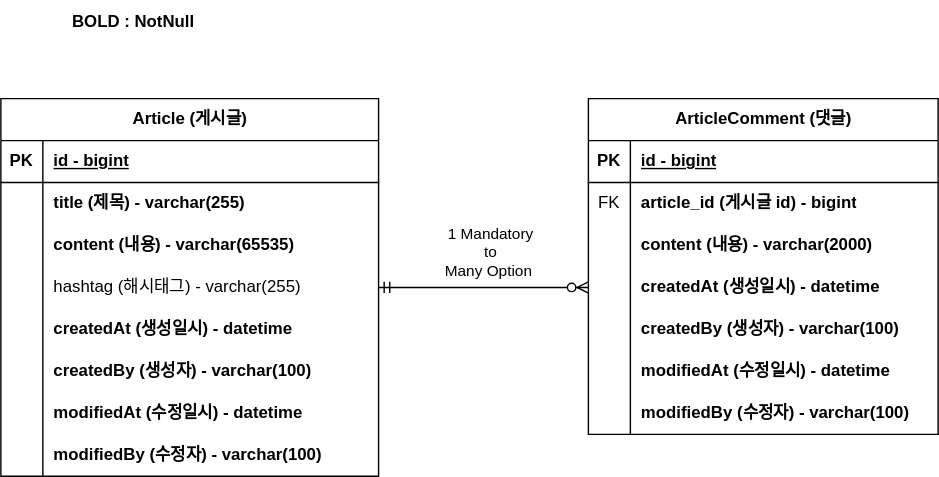
Before: document/project-board_ERD.drawio.svg, a diagram exported from draw.io (mykim8710/project-board). Source tidied: cells renumbered, new cells last; positions are measured from the earlier drawing's top-left corner, leaving out a move shared by most shapes.
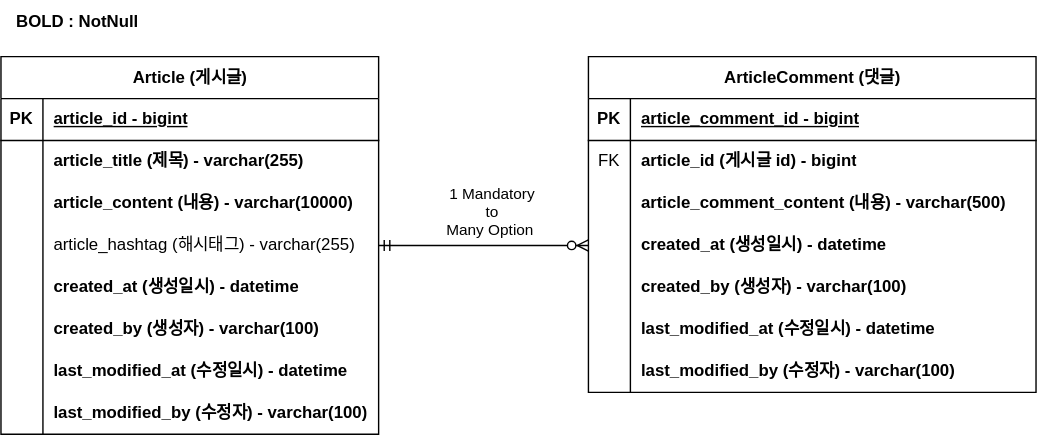
The same file after the commit.

Commit message:
MAIN - erd다이어그램 수정사항 이미지

What changed in the source:
```diff
@@ -11,7 +11,7 @@
     <mxCell id="4" value="PK" style="shape=partialRectangle;fillColor=none;top=0;left=0;bottom=0;right=0;fontStyle=1;overflow=hidden;whiteSpace=wrap;html=1;" parent="3" vertex="1">
       <mxGeometry width="30" height="30" as="geometry" />
     </mxCell>
-    <mxCell id="5" value="id - bigint" style="shape=partialRectangle;fillColor=none;top=0;left=0;bottom=0;right=0;align=left;spacingLeft=6;fontStyle=5;overflow=hidden;whiteSpace=wrap;html=1;" parent="3" vertex="1">
+    <mxCell id="5" value="article_id - bigint" style="shape=partialRectangle;fillColor=none;top=0;left=0;bottom=0;right=0;align=left;spacingLeft=6;fontStyle=5;overflow=hidden;whiteSpace=wrap;html=1;" parent="3" vertex="1">
       <mxGeometry x="30" width="240" height="30" as="geometry" />
     </mxCell>
     <mxCell id="6" style="shape=tableRow;horizontal=0;startSize=0;swimlaneHead=0;swimlaneBody=0;fillColor=none;top=0;left=0;right=0;bottom=0;" parent="2" vertex="1">
@@ -20,7 +20,7 @@
     <mxCell id="7" style="shape=partialRectangle;fillColor=none;top=0;left=0;bottom=0;right=0;overflow=hidden;whiteSpace=wrap;html=1;" parent="6" vertex="1">
       <mxGeometry width="30" height="30" as="geometry" />
     </mxCell>
-    <mxCell id="8" value="title (제목) - varchar(255)" style="shape=partialRectangle;fillColor=none;top=0;left=0;bottom=0;right=0;align=left;spacingLeft=6;overflow=hidden;whiteSpace=wrap;html=1;fontStyle=1;" parent="6" vertex="1">
+    <mxCell id="8" value="article_title (제목) - varchar(255)" style="shape=partialRectangle;fillColor=none;top=0;left=0;bottom=0;right=0;align=left;spacingLeft=6;overflow=hidden;whiteSpace=wrap;html=1;fontStyle=1;" parent="6" vertex="1">
       <mxGeometry x="30" width="240" height="30" as="geometry" />
     </mxCell>
     <mxCell id="9" style="shape=tableRow;horizontal=0;startSize=0;swimlaneHead=0;swimlaneBody=0;fillColor=none;top=0;left=0;right=0;bottom=0;" parent="2" vertex="1">
@@ -29,7 +29,7 @@
     <mxCell id="10" style="shape=partialRectangle;fillColor=none;top=0;left=0;bottom=0;right=0;overflow=hidden;whiteSpace=wrap;html=1;" parent="9" vertex="1">
       <mxGeometry width="30" height="30" as="geometry" />
     </mxCell>
-    <mxCell id="11" value="content (내용)&amp;nbsp;- varchar(65535)" style="shape=partialRectangle;fillColor=none;top=0;left=0;bottom=0;right=0;align=left;spacingLeft=6;overflow=hidden;whiteSpace=wrap;html=1;fontStyle=1;" parent="9" vertex="1">
+    <mxCell id="11" value="article_content (내용)&amp;nbsp;- varchar(10000)" style="shape=partialRectangle;fillColor=none;top=0;left=0;bottom=0;right=0;align=left;spacingLeft=6;overflow=hidden;whiteSpace=wrap;html=1;fontStyle=1;" parent="9" vertex="1">
       <mxGeometry x="30" width="240" height="30" as="geometry" />
     </mxCell>
     <mxCell id="12" style="shape=tableRow;horizontal=0;startSize=0;swimlaneHead=0;swimlaneBody=0;fillColor=none;points=[[0,0.5],[1,0.5]];portConstraint=eastwest;top=0;left=0;right=0;bottom=0;" parent="2" vertex="1">
@@ -38,7 +38,7 @@
     <mxCell id="13" style="shape=partialRectangle;fillColor=none;top=0;left=0;bottom=0;right=0;overflow=hidden;whiteSpace=wrap;html=1;" parent="12" vertex="1">
       <mxGeometry width="30" height="30" as="geometry" />
     </mxCell>
-    <mxCell id="14" value="hashtag (해시태그) - varchar(255)" style="shape=partialRectangle;fillColor=none;top=0;left=0;bottom=0;right=0;align=left;spacingLeft=6;overflow=hidden;whiteSpace=wrap;html=1;" parent="12" vertex="1">
+    <mxCell id="14" value="article_hashtag (해시태그) - varchar(255)" style="shape=partialRectangle;fillColor=none;top=0;left=0;bottom=0;right=0;align=left;spacingLeft=6;overflow=hidden;whiteSpace=wrap;html=1;" parent="12" vertex="1">
       <mxGeometry x="30" width="240" height="30" as="geometry" />
     </mxCell>
     <mxCell id="15" style="shape=tableRow;horizontal=0;startSize=0;swimlaneHead=0;swimlaneBody=0;fillColor=none;top=0;left=0;right=0;bottom=0;" parent="2" vertex="1">
@@ -47,7 +47,7 @@
     <mxCell id="16" style="shape=partialRectangle;fillColor=none;top=0;left=0;bottom=0;right=0;overflow=hidden;whiteSpace=wrap;html=1;" parent="15" vertex="1">
       <mxGeometry width="30" height="30" as="geometry" />
     </mxCell>
-    <mxCell id="17" value="createdAt (생성일시) - datetime" style="shape=partialRectangle;fillColor=none;top=0;left=0;bottom=0;right=0;align=left;spacingLeft=6;overflow=hidden;whiteSpace=wrap;html=1;fontStyle=1;" parent="15" vertex="1">
+    <mxCell id="17" value="created_at (생성일시) - datetime" style="shape=partialRectangle;fillColor=none;top=0;left=0;bottom=0;right=0;align=left;spacingLeft=6;overflow=hidden;whiteSpace=wrap;html=1;fontStyle=1;" parent="15" vertex="1">
       <mxGeometry x="30" width="240" height="30" as="geometry" />
     </mxCell>
     <mxCell id="18" style="shape=tableRow;horizontal=0;startSize=0;swimlaneHead=0;swimlaneBody=0;fillColor=none;top=0;left=0;right=0;bottom=0;" parent="2" vertex="1">
@@ -56,7 +56,7 @@
     <mxCell id="19" style="shape=partialRectangle;fillColor=none;top=0;left=0;bottom=0;right=0;overflow=hidden;whiteSpace=wrap;html=1;" parent="18" vertex="1">
       <mxGeometry width="30" height="30" as="geometry" />
     </mxCell>
-    <mxCell id="20" value="createdBy (생성자)&amp;nbsp;- varchar(100)" style="shape=partialRectangle;fillColor=none;top=0;left=0;bottom=0;right=0;align=left;spacingLeft=6;overflow=hidden;whiteSpace=wrap;html=1;fontStyle=1;" parent="18" vertex="1">
+    <mxCell id="20" value="created_by (생성자)&amp;nbsp;- varchar(100)" style="shape=partialRectangle;fillColor=none;top=0;left=0;bottom=0;right=0;align=left;spacingLeft=6;overflow=hidden;whiteSpace=wrap;html=1;fontStyle=1;" parent="18" vertex="1">
       <mxGeometry x="30" width="240" height="30" as="geometry" />
     </mxCell>
     <mxCell id="21" style="shape=tableRow;horizontal=0;startSize=0;swimlaneHead=0;swimlaneBody=0;fillColor=none;top=0;left=0;right=0;bottom=0;" parent="2" vertex="1">
@@ -65,7 +65,7 @@
     <mxCell id="22" style="shape=partialRectangle;fillColor=none;top=0;left=0;bottom=0;right=0;overflow=hidden;whiteSpace=wrap;html=1;" parent="21" vertex="1">
       <mxGeometry width="30" height="30" as="geometry" />
     </mxCell>
-    <mxCell id="23" value="modifiedAt (수정일시)&amp;nbsp;- datetime" style="shape=partialRectangle;fillColor=none;top=0;left=0;bottom=0;right=0;align=left;spacingLeft=6;overflow=hidden;whiteSpace=wrap;html=1;fontStyle=1;" parent="21" vertex="1">
+    <mxCell id="23" value="last_modified_at (수정일시)&amp;nbsp;- datetime" style="shape=partialRectangle;fillColor=none;top=0;left=0;bottom=0;right=0;align=left;spacingLeft=6;overflow=hidden;whiteSpace=wrap;html=1;fontStyle=1;" parent="21" vertex="1">
       <mxGeometry x="30" width="240" height="30" as="geometry" />
     </mxCell>
     <mxCell id="24" style="shape=tableRow;horizontal=0;startSize=0;swimlaneHead=0;swimlaneBody=0;fillColor=none;top=0;left=0;right=0;bottom=0;" parent="2" vertex="1">
@@ -74,74 +74,74 @@
     <mxCell id="25" style="shape=partialRectangle;fillColor=none;top=0;left=0;bottom=0;right=0;overflow=hidden;whiteSpace=wrap;html=1;" parent="24" vertex="1">
       <mxGeometry width="30" height="30" as="geometry" />
     </mxCell>
-    <mxCell id="26" value="modifiedBy (수정자)&amp;nbsp;- varchar(100)" style="shape=partialRectangle;fillColor=none;top=0;left=0;bottom=0;right=0;align=left;spacingLeft=6;overflow=hidden;whiteSpace=wrap;html=1;fontStyle=1;" parent="24" vertex="1">
+    <mxCell id="26" value="last_modified_by (수정자)&amp;nbsp;- varchar(100)" style="shape=partialRectangle;fillColor=none;top=0;left=0;bottom=0;right=0;align=left;spacingLeft=6;overflow=hidden;whiteSpace=wrap;html=1;fontStyle=1;" parent="24" vertex="1">
       <mxGeometry x="30" width="240" height="30" as="geometry" />
     </mxCell>
     <mxCell id="27" value="ArticleComment (댓글)" style="shape=table;startSize=30;rowLines=0;fontStyle=1;align=center;html=1;" parent="1" vertex="1">
-      <mxGeometry x="420" y="70" width="250" height="240" as="geometry" />
+      <mxGeometry x="420" y="70" width="320" height="240" as="geometry" />
     </mxCell>
     <mxCell id="28" style="shape=tableRow;horizontal=0;startSize=0;swimlaneHead=0;swimlaneBody=0;fillColor=none;top=0;left=0;right=0;bottom=1;" parent="27" vertex="1">
-      <mxGeometry y="30" width="250" height="30" as="geometry" />
+      <mxGeometry y="30" width="320" height="30" as="geometry" />
     </mxCell>
     <mxCell id="29" value="PK" style="shape=partialRectangle;fillColor=none;top=0;left=0;bottom=0;right=0;fontStyle=1;overflow=hidden;whiteSpace=wrap;html=1;" parent="28" vertex="1">
       <mxGeometry width="30" height="30" as="geometry" />
     </mxCell>
-    <mxCell id="30" value="id&amp;nbsp;- bigint" style="shape=partialRectangle;fillColor=none;top=0;left=0;bottom=0;right=0;align=left;spacingLeft=6;fontStyle=5;overflow=hidden;whiteSpace=wrap;html=1;" parent="28" vertex="1">
-      <mxGeometry x="30" width="220" height="30" as="geometry" />
+    <mxCell id="30" value="article_comment_id&amp;nbsp;- bigint" style="shape=partialRectangle;fillColor=none;top=0;left=0;bottom=0;right=0;align=left;spacingLeft=6;fontStyle=5;overflow=hidden;whiteSpace=wrap;html=1;" parent="28" vertex="1">
+      <mxGeometry x="30" width="290" height="30" as="geometry" />
     </mxCell>
     <mxCell id="31" style="shape=tableRow;horizontal=0;startSize=0;swimlaneHead=0;swimlaneBody=0;fillColor=none;top=0;left=0;right=0;bottom=0;" parent="27" vertex="1">
-      <mxGeometry y="60" width="250" height="30" as="geometry" />
+      <mxGeometry y="60" width="320" height="30" as="geometry" />
     </mxCell>
     <mxCell id="32" value="FK" style="shape=partialRectangle;fillColor=none;top=0;left=0;bottom=0;right=0;overflow=hidden;whiteSpace=wrap;html=1;" parent="31" vertex="1">
       <mxGeometry width="30" height="30" as="geometry" />
     </mxCell>
     <mxCell id="33" value="article_id (게시글 id)&amp;nbsp;- bigint" style="shape=partialRectangle;fillColor=none;top=0;left=0;bottom=0;right=0;align=left;spacingLeft=6;overflow=hidden;whiteSpace=wrap;html=1;fontStyle=1;" parent="31" vertex="1">
-      <mxGeometry x="30" width="220" height="30" as="geometry" />
+      <mxGeometry x="30" width="290" height="30" as="geometry" />
     </mxCell>
     <mxCell id="34" style="shape=tableRow;horizontal=0;startSize=0;swimlaneHead=0;swimlaneBody=0;fillColor=none;top=0;left=0;right=0;bottom=0;" parent="27" vertex="1">
-      <mxGeometry y="90" width="250" height="30" as="geometry" />
+      <mxGeometry y="90" width="320" height="30" as="geometry" />
     </mxCell>
     <mxCell id="35" style="shape=partialRectangle;fillColor=none;top=0;left=0;bottom=0;right=0;overflow=hidden;whiteSpace=wrap;html=1;" parent="34" vertex="1">
       <mxGeometry width="30" height="30" as="geometry" />
     </mxCell>
-    <mxCell id="36" value="content (내용)&amp;nbsp;- varchar(2000)" style="shape=partialRectangle;fillColor=none;top=0;left=0;bottom=0;right=0;align=left;spacingLeft=6;overflow=hidden;whiteSpace=wrap;html=1;fontStyle=1;" parent="34" vertex="1">
-      <mxGeometry x="30" width="220" height="30" as="geometry" />
+    <mxCell id="36" value="article_comment_content (내용)&amp;nbsp;- varchar(500)" style="shape=partialRectangle;fillColor=none;top=0;left=0;bottom=0;right=0;align=left;spacingLeft=6;overflow=hidden;whiteSpace=wrap;html=1;fontStyle=1;" parent="34" vertex="1">
+      <mxGeometry x="30" width="290" height="30" as="geometry" />
     </mxCell>
     <mxCell id="37" style="shape=tableRow;horizontal=0;startSize=0;swimlaneHead=0;swimlaneBody=0;fillColor=none;points=[[0,0.5],[1,0.5]];portConstraint=eastwest;top=0;left=0;right=0;bottom=0;" parent="27" vertex="1">
-      <mxGeometry y="120" width="250" height="30" as="geometry" />
+      <mxGeometry y="120" width="320" height="30" as="geometry" />
     </mxCell>
     <mxCell id="38" style="shape=partialRectangle;fillColor=none;top=0;left=0;bottom=0;right=0;overflow=hidden;whiteSpace=wrap;html=1;" parent="37" vertex="1">
       <mxGeometry width="30" height="30" as="geometry" />
     </mxCell>
-    <mxCell id="39" value="createdAt (생성일시)&amp;nbsp;- datetime" style="shape=partialRectangle;fillColor=none;top=0;left=0;bottom=0;right=0;align=left;spacingLeft=6;overflow=hidden;whiteSpace=wrap;html=1;fontStyle=1;" parent="37" vertex="1">
-      <mxGeometry x="30" width="220" height="30" as="geometry" />
+    <mxCell id="39" value="created_at (생성일시)&amp;nbsp;- datetime" style="shape=partialRectangle;fillColor=none;top=0;left=0;bottom=0;right=0;align=left;spacingLeft=6;overflow=hidden;whiteSpace=wrap;html=1;fontStyle=1;" parent="37" vertex="1">
+      <mxGeometry x="30" width="290" height="30" as="geometry" />
     </mxCell>
     <mxCell id="40" style="shape=tableRow;horizontal=0;startSize=0;swimlaneHead=0;swimlaneBody=0;fillColor=none;top=0;left=0;right=0;bottom=0;" parent="27" vertex="1">
-      <mxGeometry y="150" width="250" height="30" as="geometry" />
+      <mxGeometry y="150" width="320" height="30" as="geometry" />
     </mxCell>
     <mxCell id="41" style="shape=partialRectangle;fillColor=none;top=0;left=0;bottom=0;right=0;overflow=hidden;whiteSpace=wrap;html=1;" parent="40" vertex="1">
       <mxGeometry width="30" height="30" as="geometry" />
     </mxCell>
-    <mxCell id="42" value="createdBy (생성자)&amp;nbsp;- varchar(100)" style="shape=partialRectangle;fillColor=none;top=0;left=0;bottom=0;right=0;align=left;spacingLeft=6;overflow=hidden;whiteSpace=wrap;html=1;fontStyle=1;" parent="40" vertex="1">
-      <mxGeometry x="30" width="220" height="30" as="geometry" />
+    <mxCell id="42" value="created_by (생성자)&amp;nbsp;- varchar(100)" style="shape=partialRectangle;fillColor=none;top=0;left=0;bottom=0;right=0;align=left;spacingLeft=6;overflow=hidden;whiteSpace=wrap;html=1;fontStyle=1;" parent="40" vertex="1">
+      <mxGeometry x="30" width="290" height="30" as="geometry" />
     </mxCell>
     <mxCell id="43" style="shape=tableRow;horizontal=0;startSize=0;swimlaneHead=0;swimlaneBody=0;fillColor=none;top=0;left=0;right=0;bottom=0;" parent="27" vertex="1">
-      <mxGeometry y="180" width="250" height="30" as="geometry" />
+      <mxGeometry y="180" width="320" height="30" as="geometry" />
     </mxCell>
     <mxCell id="44" style="shape=partialRectangle;fillColor=none;top=0;left=0;bottom=0;right=0;overflow=hidden;whiteSpace=wrap;html=1;" parent="43" vertex="1">
       <mxGeometry width="30" height="30" as="geometry" />
     </mxCell>
-    <mxCell id="45" value="modifiedAt (수정일시)&amp;nbsp;- datetime" style="shape=partialRectangle;fillColor=none;top=0;left=0;bottom=0;right=0;align=left;spacingLeft=6;overflow=hidden;whiteSpace=wrap;html=1;fontStyle=1;" parent="43" vertex="1">
-      <mxGeometry x="30" width="220" height="30" as="geometry" />
+    <mxCell id="45" value="last_modified_at (수정일시)&amp;nbsp;- datetime" style="shape=partialRectangle;fillColor=none;top=0;left=0;bottom=0;right=0;align=left;spacingLeft=6;overflow=hidden;whiteSpace=wrap;html=1;fontStyle=1;" parent="43" vertex="1">
+      <mxGeometry x="30" width="290" height="30" as="geometry" />
     </mxCell>
     <mxCell id="46" style="shape=tableRow;horizontal=0;startSize=0;swimlaneHead=0;swimlaneBody=0;fillColor=none;top=0;left=0;right=0;bottom=0;" parent="27" vertex="1">
-      <mxGeometry y="210" width="250" height="30" as="geometry" />
+      <mxGeometry y="210" width="320" height="30" as="geometry" />
     </mxCell>
     <mxCell id="47" style="shape=partialRectangle;fillColor=none;top=0;left=0;bottom=0;right=0;overflow=hidden;whiteSpace=wrap;html=1;" parent="46" vertex="1">
       <mxGeometry width="30" height="30" as="geometry" />
     </mxCell>
-    <mxCell id="48" value="modifiedBy (수정자)&amp;nbsp;- varchar(100)" style="shape=partialRectangle;fillColor=none;top=0;left=0;bottom=0;right=0;align=left;spacingLeft=6;overflow=hidden;whiteSpace=wrap;html=1;fontStyle=1;" parent="46" vertex="1">
-      <mxGeometry x="30" width="220" height="30" as="geometry" />
+    <mxCell id="48" value="last_modified_by (수정자)&amp;nbsp;- varchar(100)" style="shape=partialRectangle;fillColor=none;top=0;left=0;bottom=0;right=0;align=left;spacingLeft=6;overflow=hidden;whiteSpace=wrap;html=1;fontStyle=1;" parent="46" vertex="1">
+      <mxGeometry x="30" width="290" height="30" as="geometry" />
     </mxCell>
     <mxCell id="49" style="edgeStyle=entityRelationEdgeStyle;fontSize=12;html=1;endArrow=ERzeroToMany;startArrow=ERmandOne;rounded=0;exitX=1;exitY=0.5;exitDx=0;exitDy=0;" parent="1" edge="1" source="12" target="37">
       <mxGeometry relative="1" as="geometry" />
@@ -152,7 +152,7 @@
       </mxGeometry>
     </mxCell>
     <mxCell id="51" value="&lt;b&gt;BOLD : NotNull&lt;/b&gt;" style="text;html=1;strokeColor=none;fillColor=none;align=center;verticalAlign=middle;whiteSpace=wrap;rounded=0;" parent="1" vertex="1">
-      <mxGeometry x="40" width="110" height="30" as="geometry" />
+      <mxGeometry y="30" width="110" height="30" as="geometry" />
     </mxCell>
   </root>
 </mxGraphModel>
```
